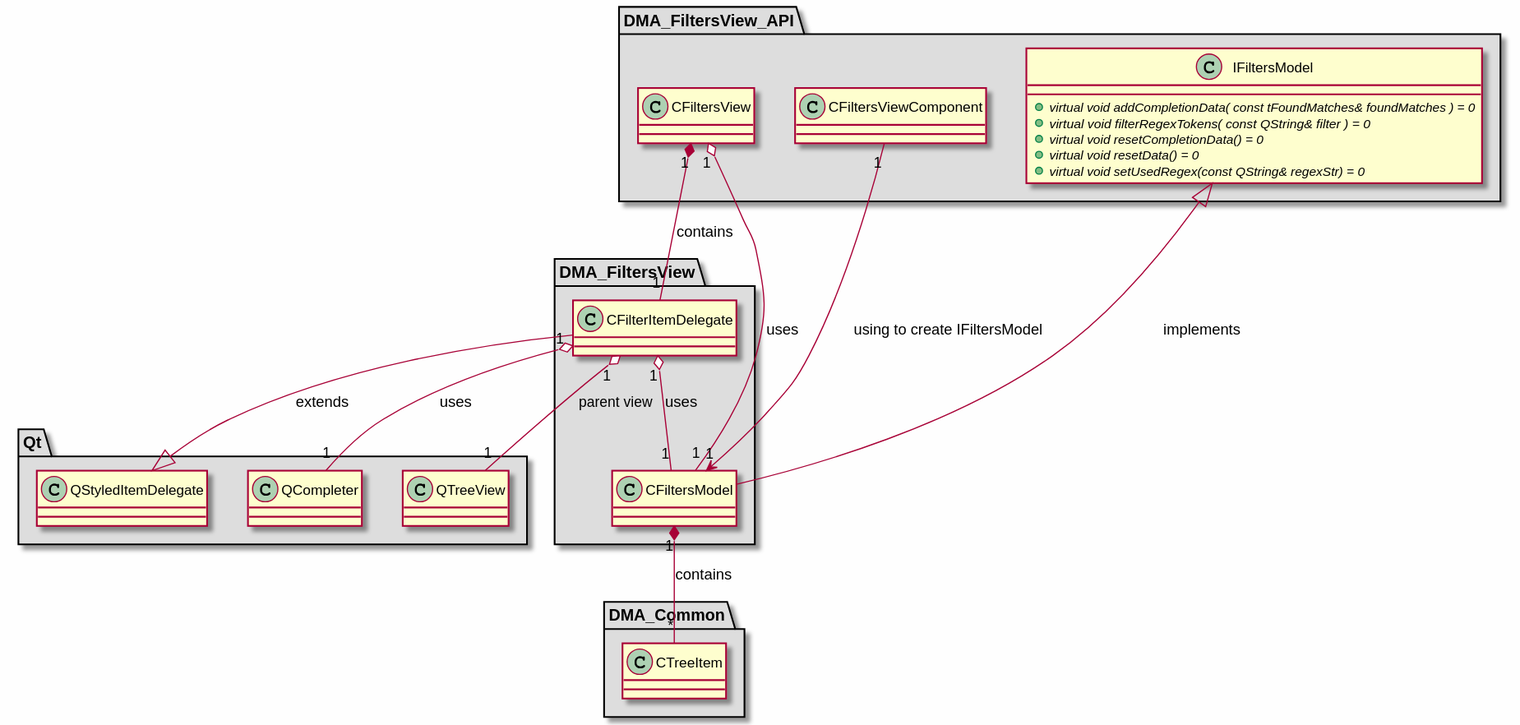
The PlantUML diagram md/dev_docs/puml/DMA_FiltersView.svg in svlad-90/DLT-Message-Analyzer, before a commit.
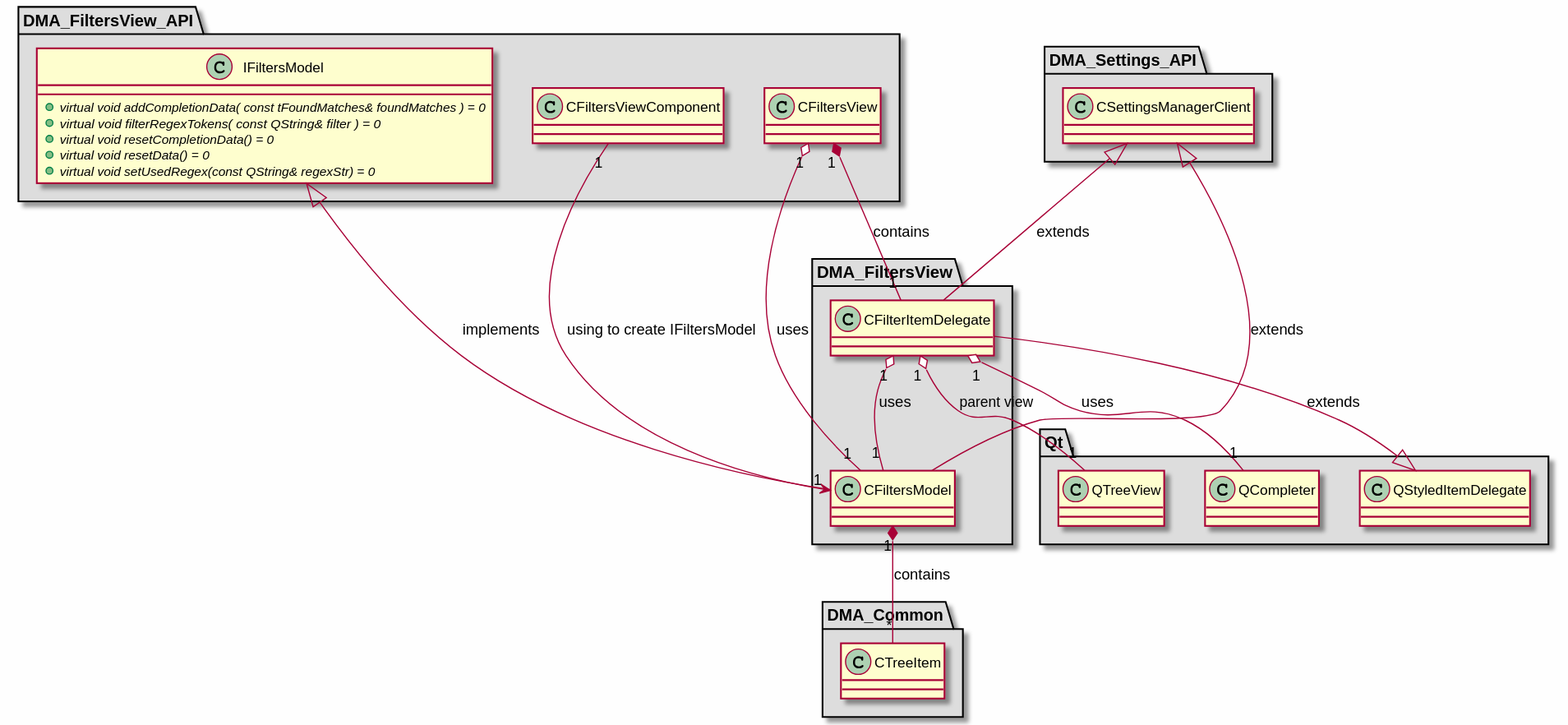
The same file after the commit.

Change to the diagram source:
```diff
@@ -46,6 +46,15 @@
 
 }
 
+package "DMA_Settings_API" #DDDDDD
+{
+
+class "CSettingsManagerClient"
+{
+}
+
+}
+
 package "Qt" #DDDDDD
 {
 
@@ -63,7 +72,9 @@
 
 }
 
+CSettingsManagerClient <|-- CFilterItemDelegate : extends
 QStyledItemDelegate <|-- CFilterItemDelegate : extends
+CSettingsManagerClient <|-- CFiltersModel : extends
 IFiltersModel <|-- CFiltersModel : implements
 
 CFilterItemDelegate "1" o-- "1" CFiltersModel : uses
```
